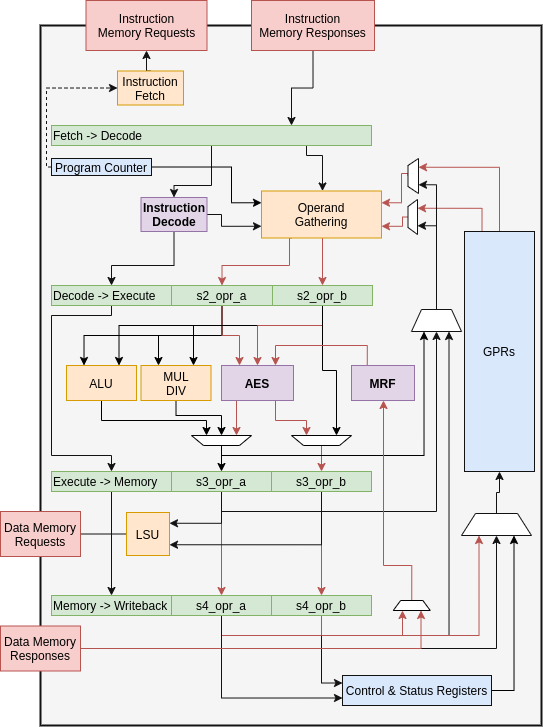
Earlier version of the draw.io export doc/diagrams/scarv-cpu-uarch-sca.png (scarv/aes-risc-pipeline). Source tidied: cells renumbered, new cells last; positions are measured from the earlier drawing's top-left corner, leaving out a move shared by most shapes.
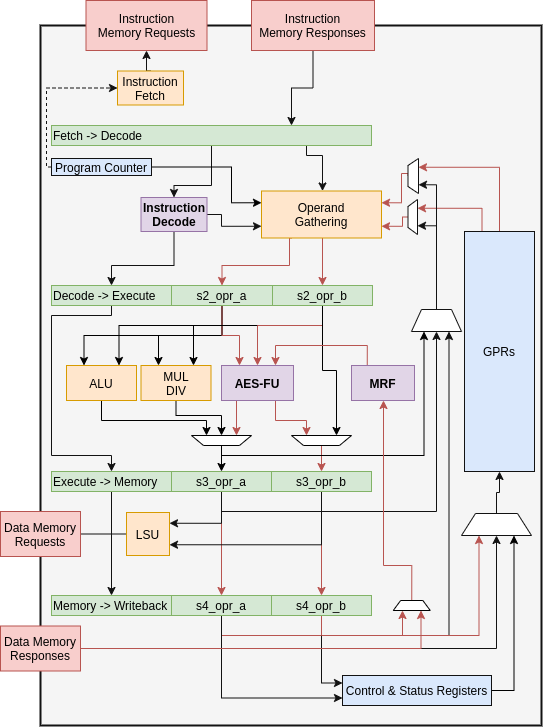
After the commit.

The edit, as a diff of the source:
```diff
@@ -246,7 +246,7 @@
     <mxCell id="58" style="edgeStyle=orthogonalEdgeStyle;rounded=0;jettySize=auto;html=1;exitX=0.75;exitY=1;exitDx=0;exitDy=0;entryX=0.75;entryY=1;entryDx=0;entryDy=0;fillColor=#f8cecc;strokeColor=#b85450;" parent="1" edge="1" source="59" target="78">
       <mxGeometry relative="1" as="geometry" />
     </mxCell>
-    <mxCell id="59" value="AES" style="rounded=0;whiteSpace=wrap;html=1;fillColor=#e1d5e7;strokeColor=#9673a6;fontStyle=1;" parent="1" vertex="1">
+    <mxCell id="59" value="AES-FU" style="rounded=0;whiteSpace=wrap;html=1;fillColor=#e1d5e7;strokeColor=#9673a6;fontStyle=1;" parent="1" vertex="1">
       <mxGeometry x="221" y="365" width="72" height="35" as="geometry" />
     </mxCell>
     <mxCell id="60" style="edgeStyle=orthogonalEdgeStyle;rounded=0;jettySize=auto;html=1;exitX=0.5;exitY=1;exitDx=0;exitDy=0;entryX=0.5;entryY=1;entryDx=0;entryDy=0;" parent="1" edge="1" source="61" target="81">
```
